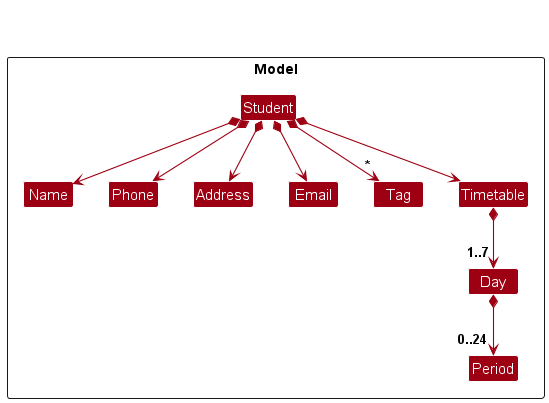
This is docs/diagrams/StudentClassDiagram.png from nus-cs2103-AY2324S2/tp, a PlantUML export, as it was before one commit.
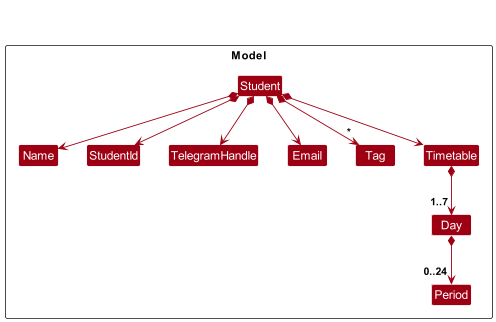
The same diagram one commit later.

Commit message:
Fix naming issues

Diff of the diagram source:
```diff
@@ -7,10 +7,10 @@
 Package Model as ModelPackage <<Rectangle>>{
 
 Class Student
-Class Address
+Class StudentId
 Class Email
 Class Name
-Class Phone
+Class TelegramHandle
 Class Tag
 Class Timetable
 Class Day
@@ -24,15 +24,15 @@
 Student -[hidden]up-> HiddenOutside
 
 Student *--> Name
-Student *--> Phone
+Student *--> StudentId
 Student *--> Email
-Student *--> Address
+Student *--> TelegramHandle
 Student *--> "*" Tag
 Student *--> Timetable
 
-Name -[hidden]right-> Phone
-Phone -[hidden]right-> Address
-Address -[hidden]right-> Email
+Name -[hidden]right-> StudentId
+StudentId -[hidden]right-> TelegramHandle
+TelegramHandle -[hidden]right-> Email
 
 Timetable *--> "1..7" Day
 Day *--> "0..24" Period
```
